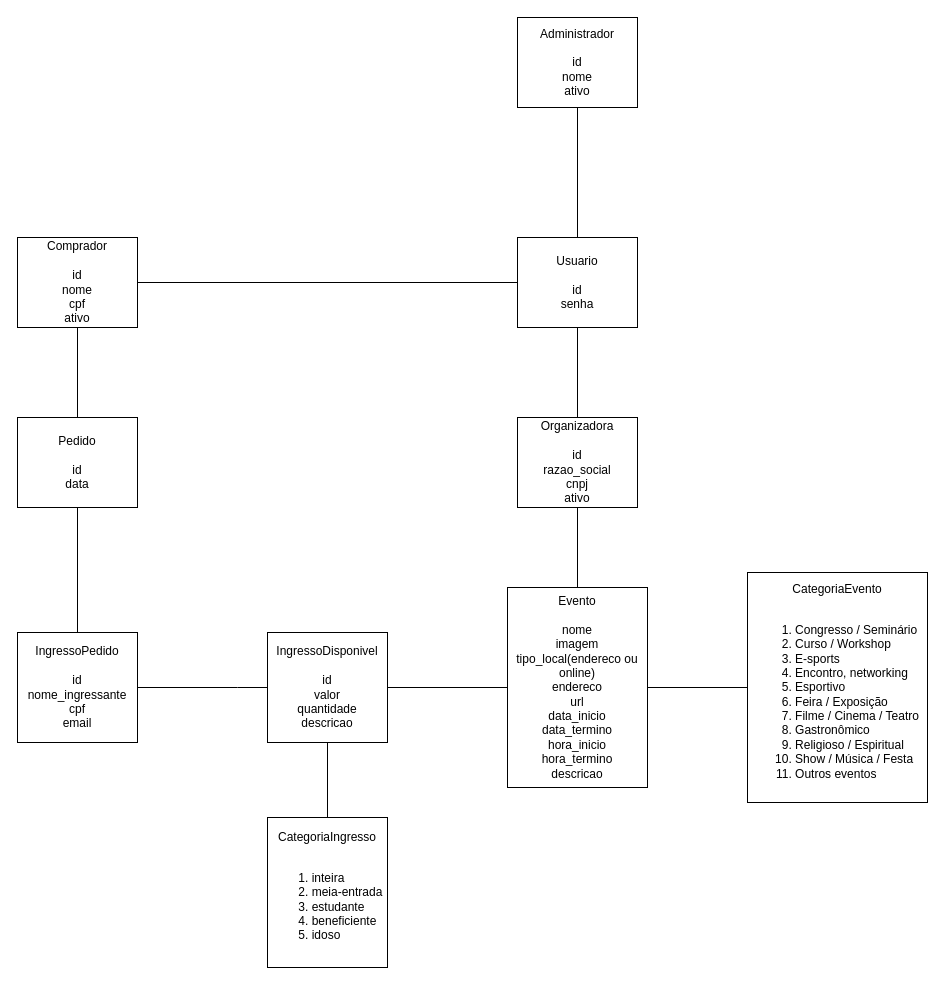
Before: files/Banco de Dados/esboco.drawio in heltonricardo/ingressoja-api, a draw.io diagram. Source tidied: cells renumbered, new cells numbered last; positions are measured from the earlier drawing's top-left corner, leaving out a move shared by most shapes. Both pictures are drawn from the tidied source at 100%, with x=0, y=0 at pixel (17, 17).
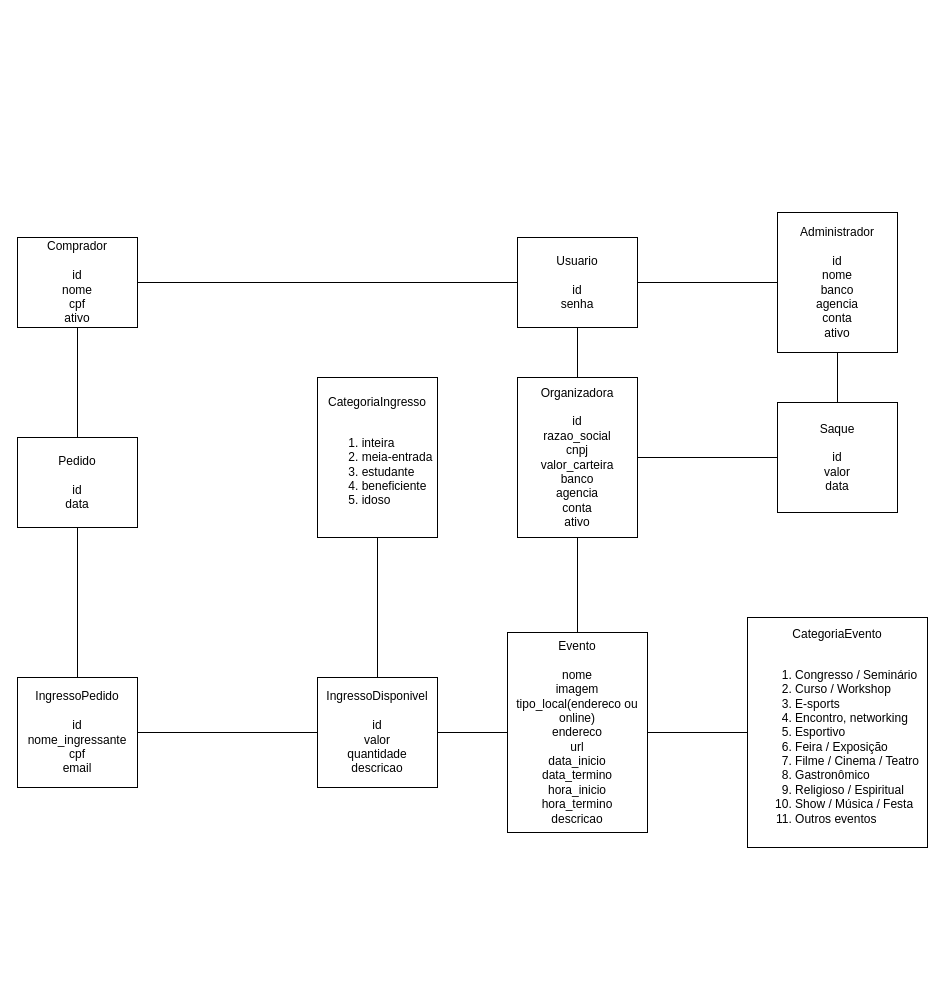
The same page after the edit.

Change to the diagram source:
```diff
@@
     <mxCell id="3" value="Pedido&lt;br&gt;&lt;br&gt;id&lt;br&gt;data" style="rounded=0;whiteSpace=wrap;html=1;" parent="1" vertex="1">
-      <mxGeometry y="400" width="120" height="90" as="geometry" />
+      <mxGeometry y="420" width="120" height="90" as="geometry" />
     </mxCell>
-    <mxCell id="4" value="Organizadora&lt;br&gt;&lt;br&gt;id&lt;br&gt;razao_social&lt;br&gt;cnpj&lt;br&gt;ativo" style="rounded=0;whiteSpace=wrap;html=1;" parent="1" vertex="1">
-      <mxGeometry x="500" y="400" width="120" height="90" as="geometry" />
+    <mxCell id="4" value="Organizadora&lt;br&gt;&lt;br&gt;id&lt;br&gt;razao_social&lt;br&gt;cnpj&lt;br&gt;valor_carteira&lt;br&gt;banco&lt;br&gt;agencia&lt;br&gt;conta&lt;br&gt;ativo" style="rounded=0;whiteSpace=wrap;html=1;" parent="1" vertex="1">
+      <mxGeometry x="500" y="360" width="120" height="160" as="geometry" />
     </mxCell>
@@
     <mxCell id="11" value="Evento&lt;br&gt;&lt;br&gt;nome&lt;br&gt;imagem&lt;br&gt;tipo_local(endereco ou online)&lt;br&gt;endereco&lt;br&gt;url&lt;br&gt;data_inicio&lt;br&gt;data_termino&lt;br&gt;hora_inicio&lt;br&gt;hora_termino&lt;br&gt;descricao" style="rounded=0;whiteSpace=wrap;html=1;" parent="1" vertex="1">
-      <mxGeometry x="490" y="570" width="140" height="200" as="geometry" />
+      <mxGeometry x="490" y="615" width="140" height="200" as="geometry" />
     </mxCell>
@@
-    <mxCell id="13" style="edgeStyle=orthogonalEdgeStyle;rounded=0;jettySize=auto;html=1;endArrow=none;endFill=0;entryX=0;entryY=0.5;entryDx=0;entryDy=0;" parent="1" edge="1" source="14" target="19">
-      <mxGeometry relative="1" as="geometry">
-        <Array as="points">
-          <mxPoint x="220" y="670" />
-        </Array>
-      </mxGeometry>
+    <mxCell id="13" style="edgeStyle=orthogonalEdgeStyle;rounded=0;jettySize=auto;html=1;endArrow=none;endFill=0;" parent="1" edge="1" source="14" target="19">
+      <mxGeometry relative="1" as="geometry" />
     </mxCell>
     <mxCell id="14" value="IngressoPedido&lt;br&gt;&lt;br&gt;id&lt;br&gt;nome_ingressante&lt;br&gt;cpf&lt;br&gt;email" style="rounded=0;whiteSpace=wrap;html=1;" parent="1" vertex="1">
-      <mxGeometry y="615" width="120" height="110" as="geometry" />
+      <mxGeometry y="660" width="120" height="110" as="geometry" />
     </mxCell>
     <mxCell id="15" value="CategoriaEvento&lt;br&gt;&lt;br&gt;&lt;div&gt;&lt;div&gt;&lt;ol&gt;&lt;li style=&quot;text-align: left&quot;&gt;Congresso / Seminário&lt;/li&gt;&lt;li style=&quot;text-align: left&quot;&gt;Curso / Workshop&lt;/li&gt;&lt;li style=&quot;text-align: left&quot;&gt;E-sports&lt;/li&gt;&lt;li style=&quot;text-align: left&quot;&gt;Encontro, networking&lt;/li&gt;&lt;li style=&quot;text-align: left&quot;&gt;Esportivo&lt;/li&gt;&lt;li style=&quot;text-align: left&quot;&gt;Feira / Exposição&lt;/li&gt;&lt;li style=&quot;text-align: left&quot;&gt;Filme / Cinema / Teatro&lt;/li&gt;&lt;li style=&quot;text-align: left&quot;&gt;Gastronômico&lt;/li&gt;&lt;li style=&quot;text-align: left&quot;&gt;Religioso / Espiritual&lt;/li&gt;&lt;li style=&quot;text-align: left&quot;&gt;Show / Música / Festa&lt;/li&gt;&lt;li style=&quot;text-align: left&quot;&gt;Outros eventos&lt;/li&gt;&lt;/ol&gt;&lt;/div&gt;&lt;/div&gt;" style="rounded=0;whiteSpace=wrap;html=1;" parent="1" vertex="1">
-      <mxGeometry x="730" y="555" width="180" height="230" as="geometry" />
+      <mxGeometry x="730" y="600" width="180" height="230" as="geometry" />
     </mxCell>
     <mxCell id="16" value="CategoriaIngresso&lt;br&gt;&lt;br&gt;&lt;div style=&quot;text-align: left&quot;&gt;&lt;ol&gt;&lt;li&gt;&lt;span&gt;inteira&lt;/span&gt;&lt;/li&gt;&lt;li&gt;&lt;span&gt;meia-entrada&lt;/span&gt;&lt;/li&gt;&lt;li&gt;&lt;span&gt;estudante&lt;/span&gt;&lt;/li&gt;&lt;li&gt;&lt;span&gt;beneficiente&lt;/span&gt;&lt;/li&gt;&lt;li&gt;&lt;span&gt;idoso&lt;/span&gt;&lt;/li&gt;&lt;/ol&gt;&lt;/div&gt;" style="rounded=0;whiteSpace=wrap;html=1;" parent="1" vertex="1">
-      <mxGeometry x="250" y="800" width="120" height="150" as="geometry" />
+      <mxGeometry x="300" y="360" width="120" height="160" as="geometry" />
     </mxCell>
@@
     <mxCell id="19" value="IngressoDisponivel&lt;br&gt;&lt;br&gt;id&lt;br&gt;valor&lt;br&gt;quantidade&lt;br&gt;descricao" style="rounded=0;whiteSpace=wrap;html=1;" parent="1" vertex="1">
-      <mxGeometry x="250" y="615" width="120" height="110" as="geometry" />
+      <mxGeometry x="300" y="660" width="120" height="110" as="geometry" />
     </mxCell>
@@
+    <mxCell id="22" style="edgeStyle=orthogonalEdgeStyle;rounded=0;jettySize=auto;html=1;endArrow=none;endFill=0;" parent="1" edge="1" source="21" target="24">
+      <mxGeometry relative="1" as="geometry" />
+    </mxCell>
-    <mxCell id="21" value="Administrador&lt;br&gt;&lt;br&gt;id&lt;br&gt;nome&lt;br&gt;ativo" style="rounded=0;whiteSpace=wrap;html=1;" parent="1" vertex="1">
-      <mxGeometry x="500" width="120" height="90" as="geometry" />
+    <mxCell id="21" value="Administrador&lt;br&gt;&lt;br&gt;id&lt;br&gt;nome&lt;br&gt;banco&lt;br&gt;agencia&lt;br&gt;conta&lt;br&gt;ativo" style="rounded=0;whiteSpace=wrap;html=1;" parent="1" vertex="1">
+      <mxGeometry x="760" y="195" width="120" height="140" as="geometry" />
     </mxCell>
+    <mxCell id="23" style="edgeStyle=orthogonalEdgeStyle;rounded=0;jettySize=auto;html=1;endArrow=none;endFill=0;" parent="1" edge="1" source="24" target="4">
+      <mxGeometry relative="1" as="geometry" />
+    </mxCell>
+    <mxCell id="24" value="Saque&lt;br&gt;&lt;br&gt;id&lt;br&gt;valor&lt;br&gt;data" style="rounded=0;whiteSpace=wrap;html=1;" parent="1" vertex="1">
+      <mxGeometry x="760" y="385" width="120" height="110" as="geometry" />
+    </mxCell>
```
